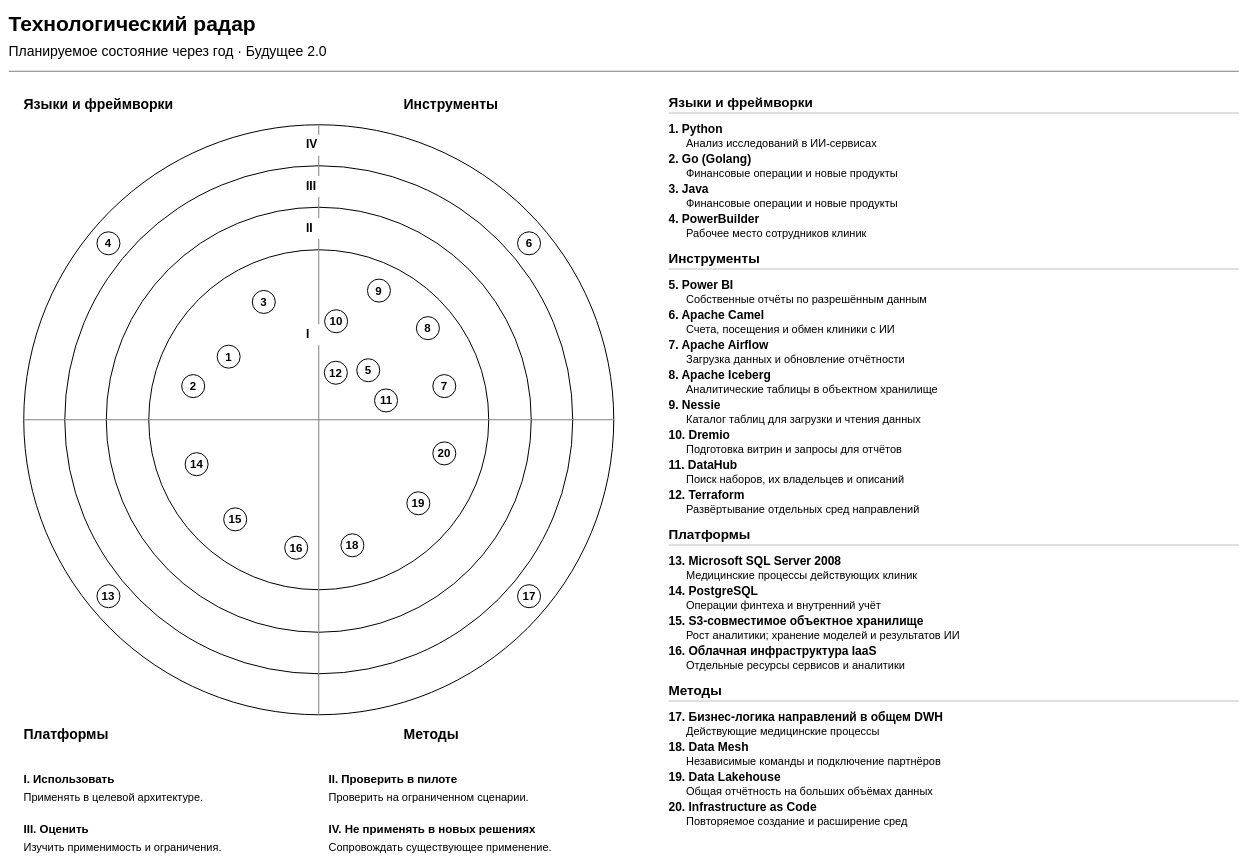
Earlier version of the draw.io diagram Task3/tech-radar.drawio (Heges/architecture-future_2_0). Source tidied: cells renumbered, new cells numbered last; positions are measured from the earlier drawing's top-left corner, leaving out a move shared by most shapes. Both pictures are drawn from the tidied source at 50%, with x=0, y=0 at pixel (8, 8).
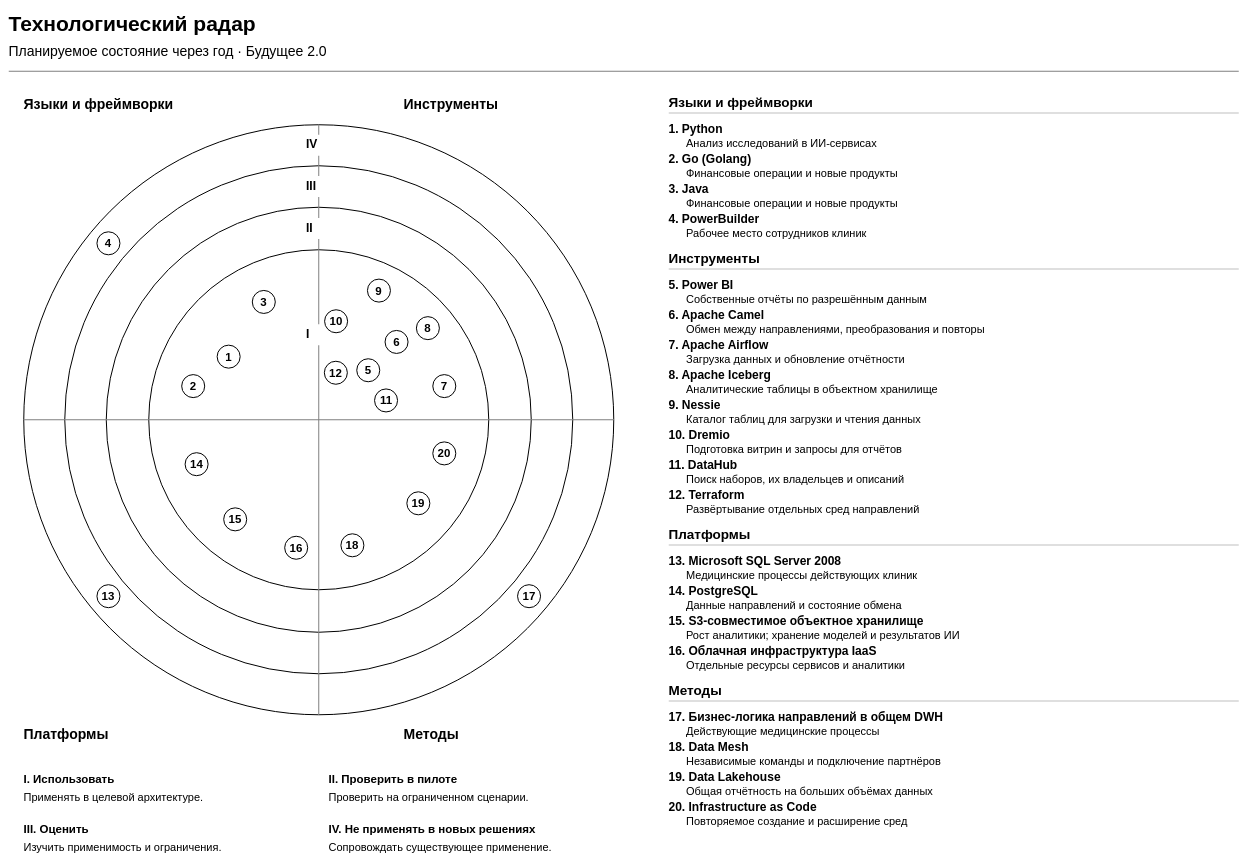
The same diagram, later.

The edit, as a diff of the source:
```diff
@@
     <mxCell id="24" value="6" style="html=0;whiteSpace=wrap;fontFamily=Arial;fontSize=23;fontColor=#000000;fontStyle=1;align=center;verticalAlign=middle;spacing=0;shadow=0;shape=ellipse;strokeColor=#000000;strokeWidth=2;fillColor=#FFFFFF;" parent="1" vertex="1">
-      <mxGeometry x="1017.6" y="446.1" width="46" height="46" as="geometry" />
+      <mxGeometry x="752.6" y="643.4" width="46" height="46" as="geometry" />
     </mxCell>
@@
-    <mxCell id="62" value="Счета, посещения и обмен клиники с ИИ" style="html=0;whiteSpace=wrap;fontFamily=Arial;fontSize=22;fontColor=#000000;fontStyle=0;align=left;verticalAlign=middle;spacing=0;shadow=0;text;strokeColor=none;fillColor=none;" parent="1" vertex="1">
+    <mxCell id="62" value="Обмен между направлениями, преобразования и повторы" style="html=0;whiteSpace=wrap;fontFamily=Arial;fontSize=22;fontColor=#000000;fontStyle=0;align=left;verticalAlign=middle;spacing=0;shadow=0;text;strokeColor=none;fillColor=none;" parent="1" vertex="1">
       <mxGeometry x="1355" y="624" width="1105" height="28" as="geometry" />
     </mxCell>
@@
-    <mxCell id="80" value="Операции финтеха и внутренний учёт" style="html=0;whiteSpace=wrap;fontFamily=Arial;fontSize=22;fontColor=#000000;fontStyle=0;align=left;verticalAlign=middle;spacing=0;shadow=0;text;strokeColor=none;fillColor=none;" parent="1" vertex="1">
+    <mxCell id="80" value="Данные направлений и состояние обмена" style="html=0;whiteSpace=wrap;fontFamily=Arial;fontSize=22;fontColor=#000000;fontStyle=0;align=left;verticalAlign=middle;spacing=0;shadow=0;text;strokeColor=none;fillColor=none;" parent="1" vertex="1">
       <mxGeometry x="1355" y="1176" width="1105" height="28" as="geometry" />
     </mxCell>
```
